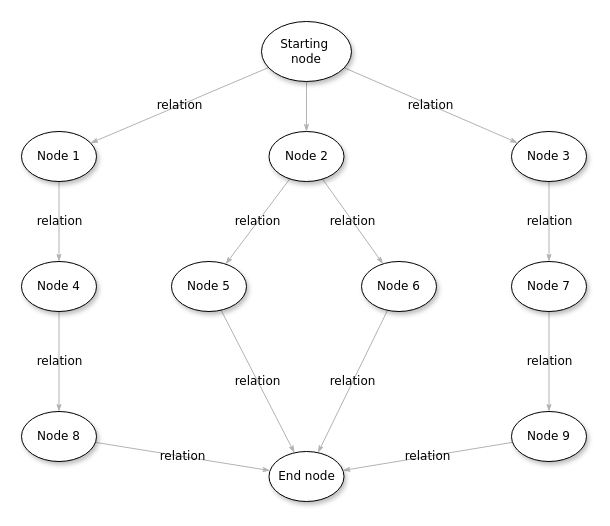
This is Untitled Diagram.drawio from samuel6814/mindmaps, a draw.io file, before an edit. Source tidied: cells renumbered, new cells numbered last; positions are measured from the earlier drawing's top-left corner, leaving out a move shared by most shapes. Both pictures are drawn from the tidied source at 100%, with x=0, y=0 at pixel (21, 21).
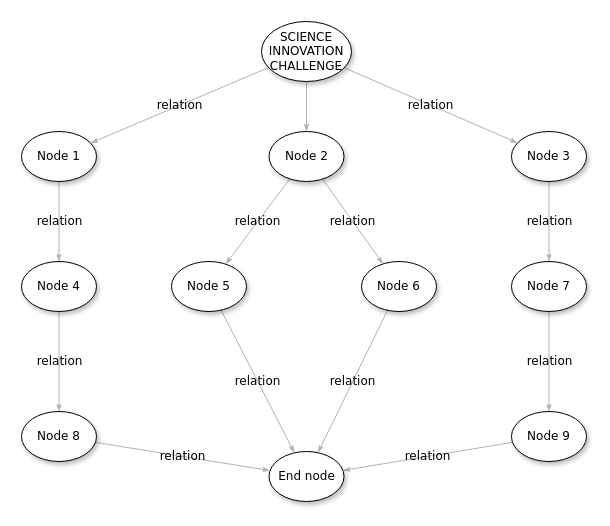
The same diagram, later.

Commit message:
started something small

What changed in the source:
```diff
@@
-    <mxCell id="5" value="Starting&amp;nbsp;&lt;div&gt;node&lt;/div&gt;" style="ellipse;whiteSpace=wrap;html=1;rounded=0;shadow=1;comic=0;labelBackgroundColor=none;strokeWidth=1;fontFamily=Verdana;fontSize=12;align=center;" parent="1" vertex="1">
+    <mxCell id="5" value="SCIENCE INNOVATION CHALLENGE" style="ellipse;whiteSpace=wrap;html=1;rounded=0;shadow=1;comic=0;labelBackgroundColor=none;strokeWidth=1;fontFamily=Verdana;fontSize=12;align=center;" parent="1" vertex="1">
       <mxGeometry x="240" width="90" height="60" as="geometry" />
     </mxCell>
```
